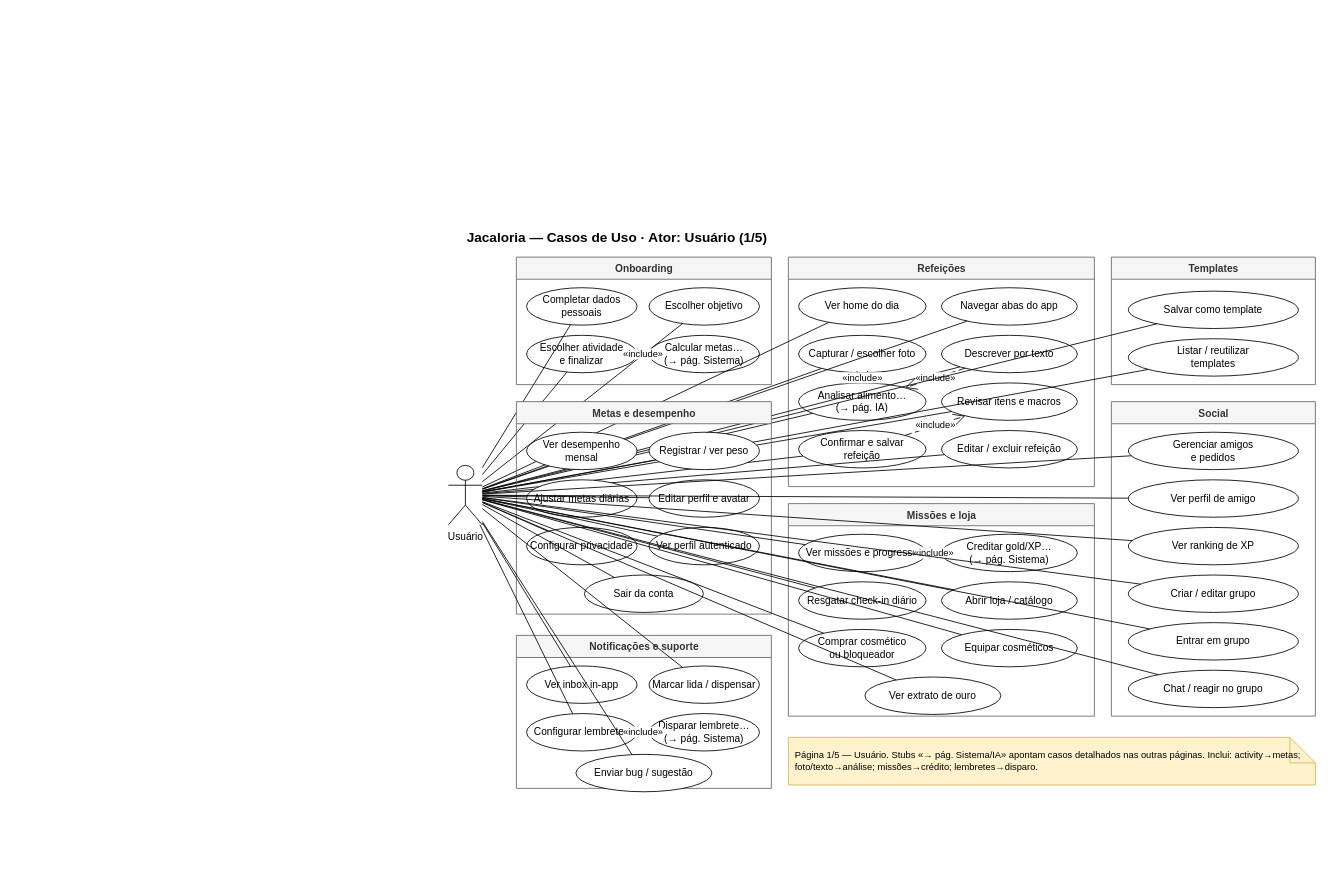
Before: page "Usuário" (1 of 5) of frontend/CasosDeUso.drawio in israelhub/JacalorIA-CONTADOR-DE-CALORIAS, a draw.io diagram. Source tidied: cells renumbered, new cells numbered last; positions are measured from the earlier drawing's top-left corner, leaving out a move shared by most shapes. Both pictures are drawn from the tidied source at 85%, with x=0, y=0 at pixel (448, 224).
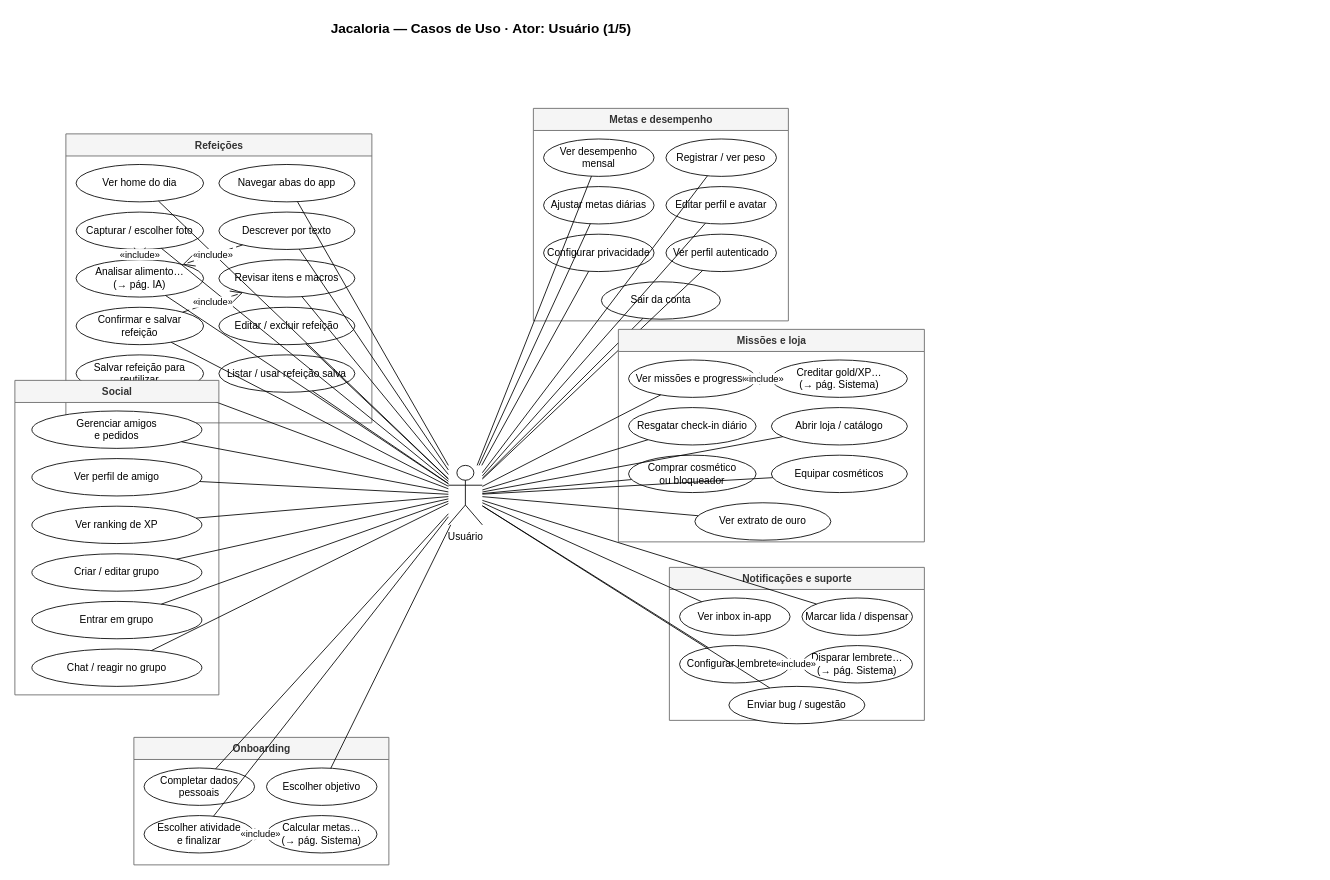
Above is the later version.

Commit message (it also covers changes not shown here):
Move templates para Refeições e renomeia casos de uso.

Pacote Templates removido; "Salvar refeição para reutilizar" e
"Listar / usar refeição salva" ficam dentro de Refeições (pedido Israel).

The edit, as a diff of the source:
```diff
@@
     <mxCell id="2" value="Jacaloria — Casos de Uso · Ator: Usuário (1/5)" style="text;html=1;strokeColor=none;fillColor=none;align=left;fontStyle=1;fontSize=16;" parent="1" vertex="1">
-      <mxGeometry x="20" width="980" height="28" as="geometry" />
+      <mxGeometry x="-140" y="-246" width="980" height="28" as="geometry" />
     </mxCell>
@@
     <mxCell id="4" value="Onboarding" style="swimlane;fontStyle=1;align=center;verticalAlign=top;startSize=26;fillColor=#f5f5f5;strokeColor=#666666;fontColor=#333333;html=1;" parent="1" vertex="1">
-      <mxGeometry x="80" y="39" width="300" height="150" as="geometry" />
+      <mxGeometry x="-370" y="604" width="300" height="150" as="geometry" />
     </mxCell>
@@
     <mxCell id="13" value="Refeições" style="swimlane;fontStyle=1;align=center;verticalAlign=top;startSize=26;fillColor=#f5f5f5;strokeColor=#666666;fontColor=#333333;html=1;" parent="1" vertex="1">
-      <mxGeometry x="400" y="39" width="360" height="270" as="geometry" />
+      <mxGeometry x="-450" y="-106" width="360" height="340" as="geometry" />
     </mxCell>
@@
-    <mxCell id="33" value="Templates" style="swimlane;fontStyle=1;align=center;verticalAlign=top;startSize=26;fillColor=#f5f5f5;strokeColor=#666666;fontColor=#333333;html=1;" parent="1" vertex="1">
-      <mxGeometry x="780" y="39" width="240" height="150" as="geometry" />
-    </mxCell>
-    <mxCell id="34" value="Salvar como template" style="ellipse;whiteSpace=wrap;html=1;" parent="33" vertex="1">
-      <mxGeometry x="20" y="40" width="200" height="44" as="geometry" />
+    <mxCell id="34" value="Salvar refeição para reutilizar" style="ellipse;whiteSpace=wrap;html=1;" parent="13" vertex="1">
+      <mxGeometry x="12" y="260" width="150" height="44" as="geometry" />
     </mxCell>
-    <mxCell id="35" value="Listar / reutilizar&#10;templates" style="ellipse;whiteSpace=wrap;html=1;" parent="33" vertex="1">
-      <mxGeometry x="20" y="96" width="200" height="44" as="geometry" />
+    <mxCell id="35" value="Listar / usar refeição salva" style="ellipse;whiteSpace=wrap;html=1;" parent="13" vertex="1">
+      <mxGeometry x="180" y="260" width="160" height="44" as="geometry" />
     </mxCell>
@@
     <mxCell id="38" value="Metas e desempenho" style="swimlane;fontStyle=1;align=center;verticalAlign=top;startSize=26;fillColor=#f5f5f5;strokeColor=#666666;fontColor=#333333;html=1;" parent="1" vertex="1">
-      <mxGeometry x="80" y="209" width="300" height="250" as="geometry" />
+      <mxGeometry x="100" y="-136" width="300" height="250" as="geometry" />
     </mxCell>
@@
     <mxCell id="53" value="Missões e loja" style="swimlane;fontStyle=1;align=center;verticalAlign=top;startSize=26;fillColor=#f5f5f5;strokeColor=#666666;fontColor=#333333;html=1;" parent="1" vertex="1">
-      <mxGeometry x="400" y="329" width="360" height="250" as="geometry" />
+      <mxGeometry x="200" y="124" width="360" height="250" as="geometry" />
     </mxCell>
@@
     <mxCell id="68" value="Social" style="swimlane;fontStyle=1;align=center;verticalAlign=top;startSize=26;fillColor=#f5f5f5;strokeColor=#666666;fontColor=#333333;html=1;" parent="1" vertex="1">
-      <mxGeometry x="780" y="209" width="240" height="370" as="geometry" />
+      <mxGeometry x="-510" y="184" width="240" height="370" as="geometry" />
     </mxCell>
@@
     <mxCell id="81" value="Notificações e suporte" style="swimlane;fontStyle=1;align=center;verticalAlign=top;startSize=26;fillColor=#f5f5f5;strokeColor=#666666;fontColor=#333333;html=1;" parent="1" vertex="1">
-      <mxGeometry x="80" y="484" width="300" height="180" as="geometry" />
+      <mxGeometry x="260" y="404" width="300" height="180" as="geometry" />
     </mxCell>
@@
-    <mxCell id="92" value="Página 1/5 — Usuário. Stubs «→ pág. Sistema/IA» apontam casos detalhados nas outras páginas. Inclui: activity→metas; foto/texto→análise; missões→crédito; lembretes→disparo." style="shape=note;whiteSpace=wrap;html=1;fillColor=#fff2cc;strokeColor=#d6b656;fontSize=11;align=left;spacingLeft=6;" parent="1" vertex="1">
-      <mxGeometry x="400" y="604" width="620" height="56" as="geometry" />
-    </mxCell>
```
